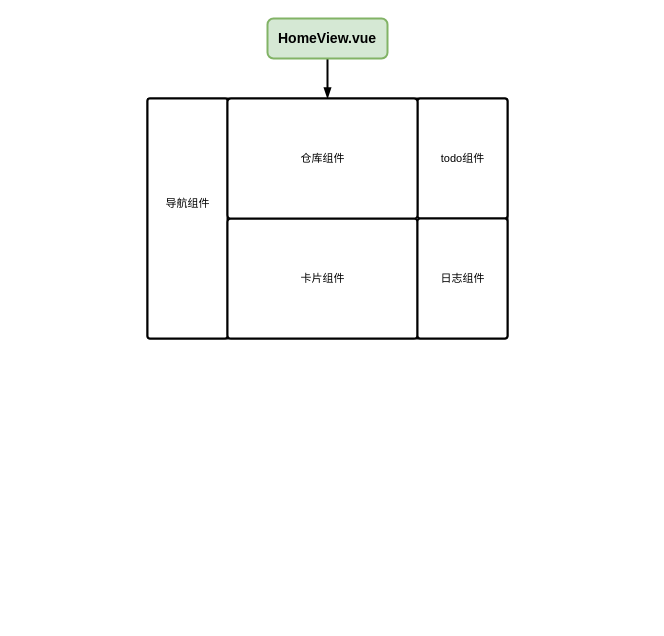
creatern/NoteBook keeps this draw.io diagram as page "网页结构" (2 of 3) of Projects/captin/captin.drawio. Above is the earlier version. Source tidied: cells renumbered, new cells numbered last; positions are measured from the earlier drawing's top-left corner, leaving out a move shared by most shapes. Both pictures are drawn from the tidied source at 100%, with x=0, y=0 at pixel (147, 18).
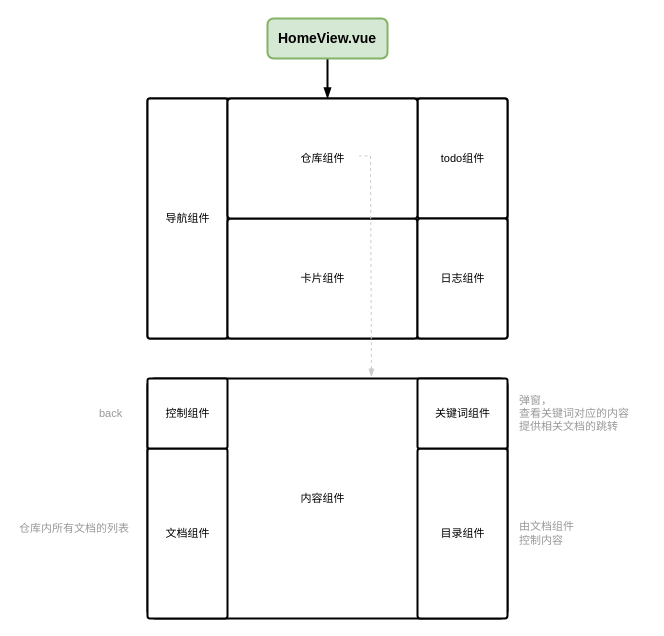
Above is the later version.

The change refers to these unchanged cells:
```xml
<mxCell id="13" value="仓库组件" style="text;html=1;align=center;verticalAlign=middle;points=[];strokeColor=none;fillColor=none;fontFamily=Helvetica;fontSize=11;fontColor=default;labelBackgroundColor=none;" parent="1" vertex="1">
  <mxGeometry x="140" y="125" width="70" height="30" as="geometry" />
</mxCell>
```

Diff of the diagram source:
```diff
@@
     <mxCell id="7" value="导航组件" style="text;html=1;align=center;verticalAlign=middle;strokeColor=none;fillColor=none;fontFamily=Helvetica;fontSize=11;fontColor=default;labelBackgroundColor=none;" parent="1" vertex="1">
-      <mxGeometry x="5" y="170" width="70" height="30" as="geometry" />
+      <mxGeometry x="5" y="185" width="70" height="30" as="geometry" />
     </mxCell>
@@
+    <mxCell id="15" style="edgeStyle=orthogonalEdgeStyle;rounded=0;jettySize=auto;html=1;exitX=0.622;exitY=-0.006;exitDx=0;exitDy=0;entryX=1.023;entryY=0.414;entryDx=0;entryDy=0;strokeColor=#CCCCCC;strokeWidth=1;align=center;verticalAlign=middle;fontFamily=Helvetica;fontSize=11;fontColor=default;labelBackgroundColor=default;endArrow=none;endFill=0;startArrow=blockThin;startFill=1;dashed=1;entryPerimeter=0;exitPerimeter=0;" parent="1" edge="1" source="16" target="13">
+      <mxGeometry relative="1" as="geometry">
+        <Array as="points">
+          <mxPoint x="224" y="340" />
+          <mxPoint x="223" y="340" />
+          <mxPoint x="223" y="137" />
+        </Array>
+      </mxGeometry>
+    </mxCell>
+    <mxCell id="16" style="rounded=1;whiteSpace=wrap;html=1;fontFamily=Helvetica;fontSize=11;fontColor=default;labelBackgroundColor=default;arcSize=3;strokeWidth=2;" parent="1" vertex="1">
+      <mxGeometry y="360" width="360" height="240" as="geometry" />
+    </mxCell>
+    <mxCell id="17" style="rounded=1;whiteSpace=wrap;html=1;fontFamily=Helvetica;fontSize=11;fontColor=default;labelBackgroundColor=default;arcSize=3;strokeWidth=2;" parent="1" vertex="1">
+      <mxGeometry y="430" width="80" height="170" as="geometry" />
+    </mxCell>
+    <mxCell id="18" style="rounded=1;whiteSpace=wrap;html=1;fontFamily=Helvetica;fontSize=11;fontColor=default;labelBackgroundColor=default;arcSize=3;strokeWidth=2;" parent="1" vertex="1">
+      <mxGeometry y="360" width="80" height="70" as="geometry" />
+    </mxCell>
+    <mxCell id="19" style="rounded=1;whiteSpace=wrap;html=1;fontFamily=Helvetica;fontSize=11;fontColor=default;labelBackgroundColor=default;arcSize=3;strokeWidth=2;" parent="1" vertex="1">
+      <mxGeometry x="270" y="430" width="90" height="170" as="geometry" />
+    </mxCell>
+    <mxCell id="20" value="内容组件" style="text;html=1;align=center;verticalAlign=middle;strokeColor=none;fillColor=none;fontFamily=Helvetica;fontSize=11;fontColor=default;labelBackgroundColor=none;" parent="1" vertex="1">
+      <mxGeometry x="140" y="465" width="70" height="30" as="geometry" />
+    </mxCell>
+    <mxCell id="21" value="目录组件" style="text;html=1;align=center;verticalAlign=middle;strokeColor=none;fillColor=none;fontFamily=Helvetica;fontSize=11;fontColor=default;labelBackgroundColor=none;" parent="1" vertex="1">
+      <mxGeometry x="280" y="500" width="70" height="30" as="geometry" />
+    </mxCell>
+    <mxCell id="22" value="文档组件" style="text;html=1;align=center;verticalAlign=middle;strokeColor=none;fillColor=none;fontFamily=Helvetica;fontSize=11;fontColor=default;labelBackgroundColor=none;" parent="1" vertex="1">
+      <mxGeometry x="5" y="500" width="70" height="30" as="geometry" />
+    </mxCell>
+    <mxCell id="23" style="rounded=1;whiteSpace=wrap;html=1;fontFamily=Helvetica;fontSize=11;fontColor=default;labelBackgroundColor=default;arcSize=3;strokeWidth=2;" parent="1" vertex="1">
+      <mxGeometry x="270" y="360" width="90" height="70" as="geometry" />
+    </mxCell>
+    <mxCell id="24" value="关键词组件" style="text;html=1;align=center;verticalAlign=middle;strokeColor=none;fillColor=none;fontFamily=Helvetica;fontSize=11;fontColor=default;labelBackgroundColor=none;" parent="1" vertex="1">
+      <mxGeometry x="275" y="380" width="80" height="30" as="geometry" />
+    </mxCell>
+    <mxCell id="25" value="控制组件" style="text;html=1;align=center;verticalAlign=middle;strokeColor=none;fillColor=none;fontFamily=Helvetica;fontSize=11;fontColor=default;labelBackgroundColor=none;" parent="1" vertex="1">
+      <mxGeometry x="5" y="380" width="70" height="30" as="geometry" />
+    </mxCell>
+    <mxCell id="26" value="弹窗，&lt;div&gt;查看关键词对应的内容&lt;div&gt;提供相关文档的跳转&lt;/div&gt;&lt;/div&gt;" style="text;html=1;align=left;verticalAlign=middle;strokeColor=none;fillColor=none;fontFamily=Helvetica;fontSize=11;fontColor=#999999;labelBackgroundColor=none;" parent="1" vertex="1">
+      <mxGeometry x="370" y="370" width="130" height="50" as="geometry" />
+    </mxCell>
+    <mxCell id="27" value="&lt;div&gt;由文档组件&lt;/div&gt;控制内容" style="text;html=1;align=left;verticalAlign=middle;strokeColor=none;fillColor=none;fontFamily=Helvetica;fontSize=11;fontColor=#999999;labelBackgroundColor=none;" parent="1" vertex="1">
+      <mxGeometry x="370" y="495" width="80" height="40" as="geometry" />
+    </mxCell>
+    <mxCell id="28" value="back" style="text;html=1;align=left;verticalAlign=middle;strokeColor=none;fillColor=none;fontFamily=Helvetica;fontSize=11;fontColor=#999999;labelBackgroundColor=none;" parent="1" vertex="1">
+      <mxGeometry x="-50" y="380" width="50" height="30" as="geometry" />
+    </mxCell>
+    <mxCell id="29" value="仓库内所有文档的列表" style="text;html=1;align=left;verticalAlign=middle;strokeColor=none;fillColor=none;fontFamily=Helvetica;fontSize=11;fontColor=#999999;labelBackgroundColor=none;" parent="1" vertex="1">
+      <mxGeometry x="-130" y="495" width="130" height="30" as="geometry" />
+    </mxCell>
```
